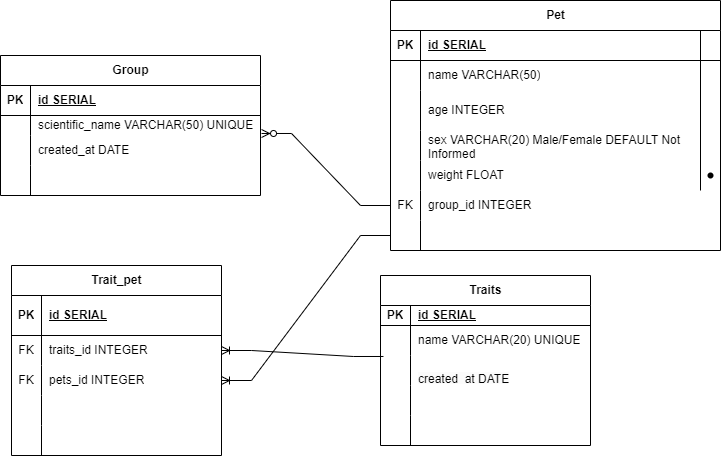
The draw.io diagram der.png in chss-china/m5-pet-kare-backend, before a commit. Source tidied: cells renumbered, new cells last; positions are measured from the earlier drawing's top-left corner, leaving out a move shared by most shapes.
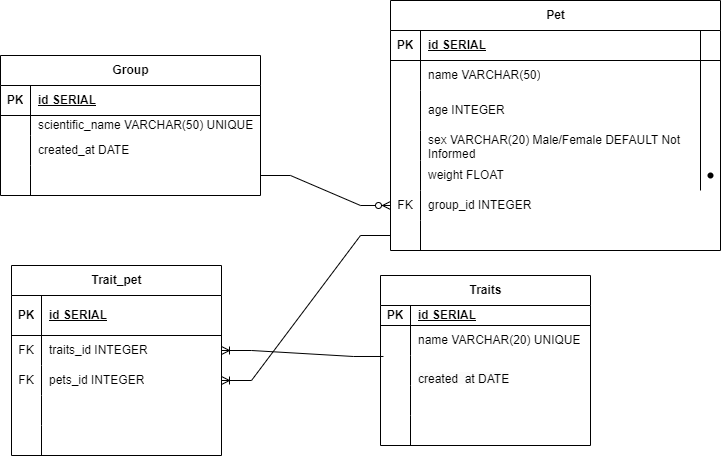
After the change.

Commit message:
corrigindo o der

Diff of the diagram source:
```diff
@@ -161,9 +161,6 @@
     <mxCell id="54" style="shape=partialRectangle;fillColor=none;top=0;left=0;bottom=0;right=0;align=left;spacingLeft=6;overflow=hidden;whiteSpace=wrap;html=1;" parent="52" vertex="1">
       <mxGeometry x="30" width="180" height="30" as="geometry" />
     </mxCell>
-    <mxCell id="55" style="edgeStyle=entityRelationEdgeStyle;fontSize=12;html=1;endArrow=ERzeroToMany;endFill=1;rounded=0;entryX=1.004;entryY=-0.067;entryDx=0;entryDy=0;entryPerimeter=0;" parent="1" edge="1" source="19" target="33">
-      <mxGeometry relative="1" as="geometry" />
-    </mxCell>
     <mxCell id="56" value="Traits" style="shape=table;startSize=30;rowLines=0;fontStyle=1;align=center;html=1;" parent="1" vertex="1">
       <mxGeometry x="380" y="275" width="210" height="170" as="geometry" />
     </mxCell>
@@ -218,5 +215,10 @@
     <mxCell id="73" style="edgeStyle=entityRelationEdgeStyle;fontSize=12;html=1;endArrow=ERoneToMany;rounded=0;exitX=0.014;exitY=1.033;exitDx=0;exitDy=0;exitPerimeter=0;" parent="1" edge="1" source="60" target="43">
       <mxGeometry relative="1" as="geometry" />
     </mxCell>
+    <mxCell id="74" style="edgeStyle=entityRelationEdgeStyle;fontSize=12;html=1;endArrow=ERzeroToMany;endFill=1;rounded=0;entryX=0;entryY=0.5;entryDx=0;entryDy=0;" parent="1" edge="1" target="19">
+      <mxGeometry relative="1" as="geometry">
+        <mxPoint x="260" y="175" as="sourcePoint" />
+      </mxGeometry>
+    </mxCell>
   </root>
 </mxGraphModel>
```
